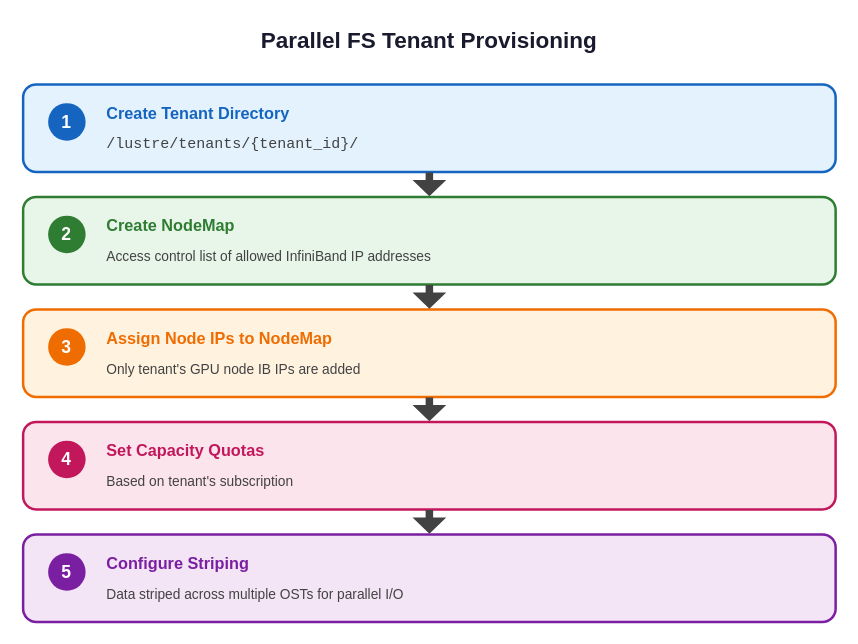
Before: docs/diagrams/lustre-tenant-provisioning.drawio in aamir939/Documentation, a draw.io diagram. Source tidied: cells renumbered, new cells numbered last; positions are measured from the earlier drawing's top-left corner, leaving out a move shared by most shapes. Both pictures are drawn from the tidied source at 125%, with x=0, y=0 at pixel (22, 21).
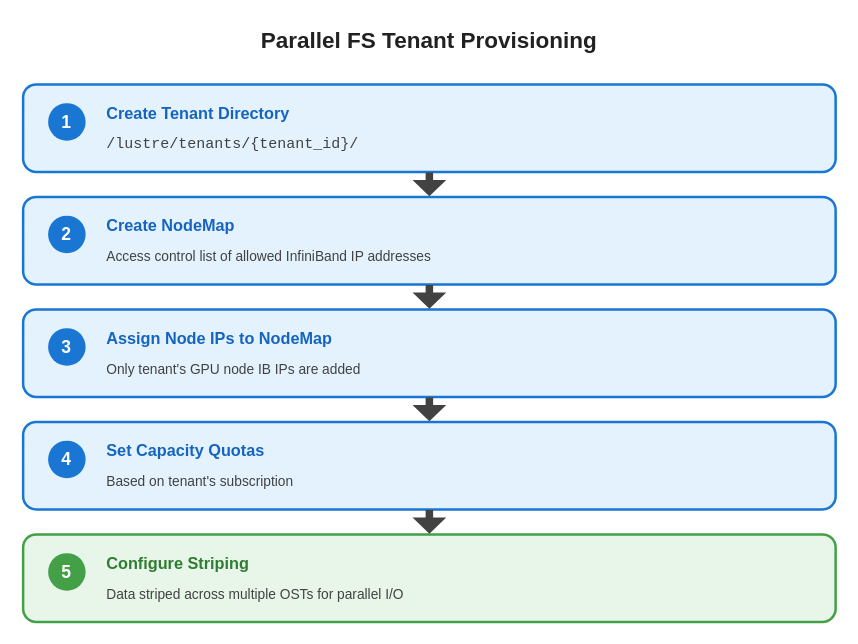
After the change.

The edit, as a diff of the source:
```diff
@@
-    <mxCell id="2" value="Parallel FS Tenant Provisioning" style="text;html=1;strokeColor=none;fillColor=none;align=center;verticalAlign=middle;whiteSpace=wrap;rounded=0;fontSize=18;fontStyle=1;fontColor=#1a1a2e;" parent="1" vertex="1">
+    <mxCell id="2" value="Parallel FS Tenant Provisioning" style="text;html=1;strokeColor=none;fillColor=none;align=center;verticalAlign=middle;whiteSpace=wrap;rounded=0;fontSize=18;fontStyle=1;fontColor=#212121;" parent="1" vertex="1">
       <mxGeometry x="175" width="300" height="30" as="geometry" />
     </mxCell>
-    <mxCell id="3" style="rounded=1;whiteSpace=wrap;html=1;fillColor=#e3f2fd;strokeColor=#1565c0;strokeWidth=2;" parent="1" vertex="1">
+    <mxCell id="3" style="rounded=1;whiteSpace=wrap;html=1;fillColor=#e3f2fd;strokeColor=#1976d2;strokeWidth=2;" parent="1" vertex="1">
       <mxGeometry y="50" width="650" height="70" as="geometry" />
     </mxCell>
-    <mxCell id="4" value="1" style="ellipse;whiteSpace=wrap;html=1;fillColor=#1565c0;strokeColor=none;fontColor=#ffffff;fontSize=14;fontStyle=1;" parent="1" vertex="1">
+    <mxCell id="4" value="1" style="ellipse;whiteSpace=wrap;html=1;fillColor=#1976d2;strokeColor=none;fontColor=#ffffff;fontSize=14;fontStyle=1;" parent="1" vertex="1">
       <mxGeometry x="20" y="65" width="30" height="30" as="geometry" />
     </mxCell>
@@
-    <mxCell id="7" style="rounded=1;whiteSpace=wrap;html=1;fillColor=#e8f5e9;strokeColor=#2e7d32;strokeWidth=2;" parent="1" vertex="1">
+    <mxCell id="7" style="rounded=1;whiteSpace=wrap;html=1;fillColor=#e3f2fd;strokeColor=#1976d2;strokeWidth=2;" parent="1" vertex="1">
       <mxGeometry y="140" width="650" height="70" as="geometry" />
     </mxCell>
-    <mxCell id="8" value="2" style="ellipse;whiteSpace=wrap;html=1;fillColor=#2e7d32;strokeColor=none;fontColor=#ffffff;fontSize=14;fontStyle=1;" parent="1" vertex="1">
+    <mxCell id="8" value="2" style="ellipse;whiteSpace=wrap;html=1;fillColor=#1976d2;strokeColor=none;fontColor=#ffffff;fontSize=14;fontStyle=1;" parent="1" vertex="1">
       <mxGeometry x="20" y="155" width="30" height="30" as="geometry" />
     </mxCell>
-    <mxCell id="9" value="Create NodeMap" style="text;html=1;strokeColor=none;fillColor=none;align=left;verticalAlign=middle;fontStyle=1;fontSize=13;fontColor=#2e7d32;" parent="1" vertex="1">
+    <mxCell id="9" value="Create NodeMap" style="text;html=1;strokeColor=none;fillColor=none;align=left;verticalAlign=middle;fontStyle=1;fontSize=13;fontColor=#1565c0;" parent="1" vertex="1">
       <mxGeometry x="65" y="150" width="200" height="25" as="geometry" />
     </mxCell>
@@
-    <mxCell id="11" style="rounded=1;whiteSpace=wrap;html=1;fillColor=#fff3e0;strokeColor=#ef6c00;strokeWidth=2;" parent="1" vertex="1">
+    <mxCell id="11" style="rounded=1;whiteSpace=wrap;html=1;fillColor=#e3f2fd;strokeColor=#1976d2;strokeWidth=2;" parent="1" vertex="1">
       <mxGeometry y="230" width="650" height="70" as="geometry" />
     </mxCell>
-    <mxCell id="12" value="3" style="ellipse;whiteSpace=wrap;html=1;fillColor=#ef6c00;strokeColor=none;fontColor=#ffffff;fontSize=14;fontStyle=1;" parent="1" vertex="1">
+    <mxCell id="12" value="3" style="ellipse;whiteSpace=wrap;html=1;fillColor=#1976d2;strokeColor=none;fontColor=#ffffff;fontSize=14;fontStyle=1;" parent="1" vertex="1">
       <mxGeometry x="20" y="245" width="30" height="30" as="geometry" />
     </mxCell>
-    <mxCell id="13" value="Assign Node IPs to NodeMap" style="text;html=1;strokeColor=none;fillColor=none;align=left;verticalAlign=middle;fontStyle=1;fontSize=13;fontColor=#ef6c00;" parent="1" vertex="1">
+    <mxCell id="13" value="Assign Node IPs to NodeMap" style="text;html=1;strokeColor=none;fillColor=none;align=left;verticalAlign=middle;fontStyle=1;fontSize=13;fontColor=#1565c0;" parent="1" vertex="1">
       <mxGeometry x="65" y="240" width="250" height="25" as="geometry" />
     </mxCell>
@@
-    <mxCell id="15" style="rounded=1;whiteSpace=wrap;html=1;fillColor=#fce4ec;strokeColor=#c2185b;strokeWidth=2;" parent="1" vertex="1">
+    <mxCell id="15" style="rounded=1;whiteSpace=wrap;html=1;fillColor=#e3f2fd;strokeColor=#1976d2;strokeWidth=2;" parent="1" vertex="1">
       <mxGeometry y="320" width="650" height="70" as="geometry" />
     </mxCell>
-    <mxCell id="16" value="4" style="ellipse;whiteSpace=wrap;html=1;fillColor=#c2185b;strokeColor=none;fontColor=#ffffff;fontSize=14;fontStyle=1;" parent="1" vertex="1">
+    <mxCell id="16" value="4" style="ellipse;whiteSpace=wrap;html=1;fillColor=#1976d2;strokeColor=none;fontColor=#ffffff;fontSize=14;fontStyle=1;" parent="1" vertex="1">
       <mxGeometry x="20" y="335" width="30" height="30" as="geometry" />
     </mxCell>
-    <mxCell id="17" value="Set Capacity Quotas" style="text;html=1;strokeColor=none;fillColor=none;align=left;verticalAlign=middle;fontStyle=1;fontSize=13;fontColor=#c2185b;" parent="1" vertex="1">
+    <mxCell id="17" value="Set Capacity Quotas" style="text;html=1;strokeColor=none;fillColor=none;align=left;verticalAlign=middle;fontStyle=1;fontSize=13;fontColor=#1565c0;" parent="1" vertex="1">
       <mxGeometry x="65" y="330" width="200" height="25" as="geometry" />
     </mxCell>
@@
-    <mxCell id="19" style="rounded=1;whiteSpace=wrap;html=1;fillColor=#f3e5f5;strokeColor=#7b1fa2;strokeWidth=2;" parent="1" vertex="1">
+    <mxCell id="19" style="rounded=1;whiteSpace=wrap;html=1;fillColor=#e8f5e9;strokeColor=#43a047;strokeWidth=2;" parent="1" vertex="1">
       <mxGeometry y="410" width="650" height="70" as="geometry" />
     </mxCell>
-    <mxCell id="20" value="5" style="ellipse;whiteSpace=wrap;html=1;fillColor=#7b1fa2;strokeColor=none;fontColor=#ffffff;fontSize=14;fontStyle=1;" parent="1" vertex="1">
+    <mxCell id="20" value="5" style="ellipse;whiteSpace=wrap;html=1;fillColor=#43a047;strokeColor=none;fontColor=#ffffff;fontSize=14;fontStyle=1;" parent="1" vertex="1">
       <mxGeometry x="20" y="425" width="30" height="30" as="geometry" />
     </mxCell>
-    <mxCell id="21" value="Configure Striping" style="text;html=1;strokeColor=none;fillColor=none;align=left;verticalAlign=middle;fontStyle=1;fontSize=13;fontColor=#7b1fa2;" parent="1" vertex="1">
+    <mxCell id="21" value="Configure Striping" style="text;html=1;strokeColor=none;fillColor=none;align=left;verticalAlign=middle;fontStyle=1;fontSize=13;fontColor=#2e7d32;" parent="1" vertex="1">
       <mxGeometry x="65" y="420" width="200" height="25" as="geometry" />
     </mxCell>
```
